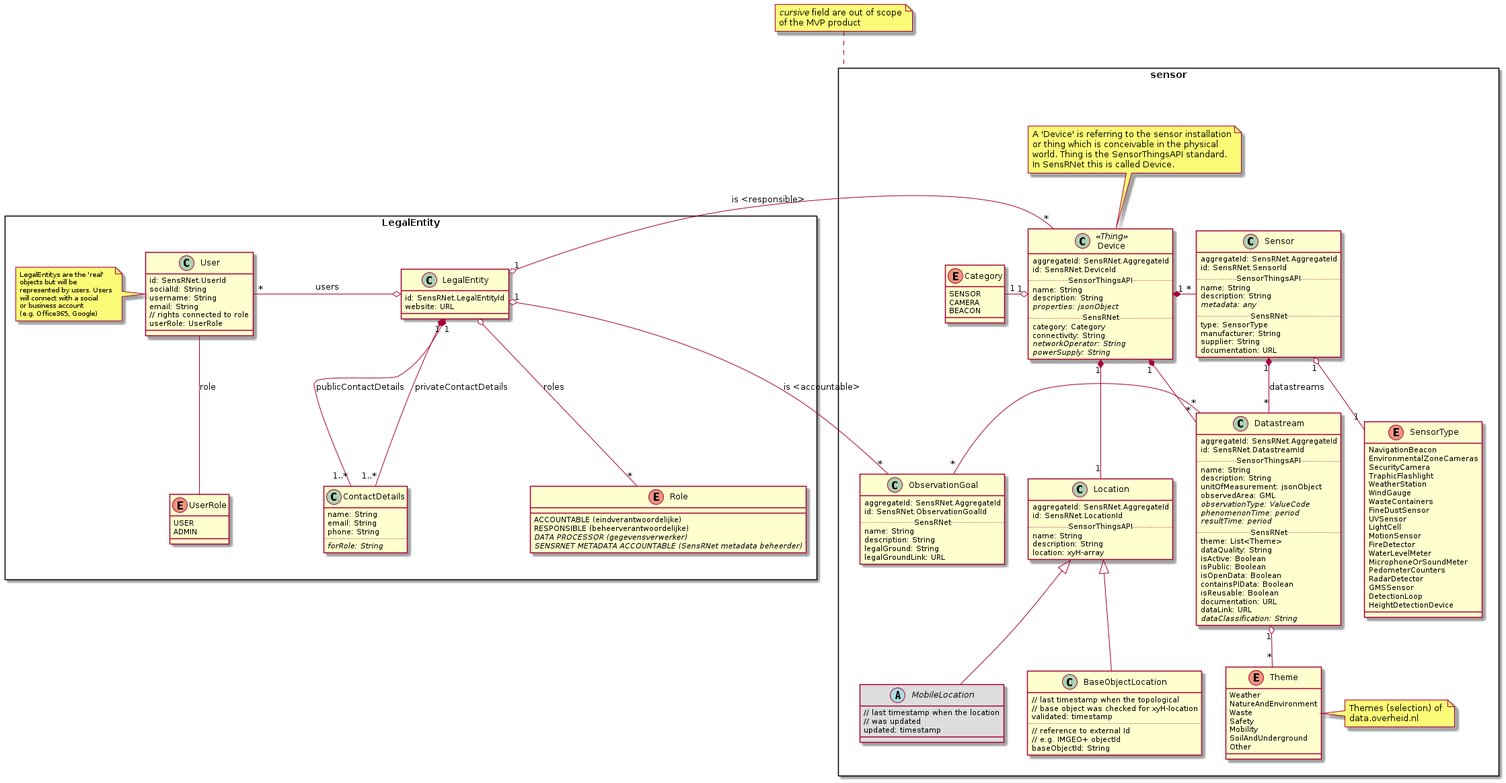
The PlantUML diagram docs/img/SensRNet-Datamodel-SensorView.png in kadaster-labs/sensrnet-home, before a commit. Source of this version:
```plantuml
@startuml "SensRNet-Datamodel-SensorView"

package LegalEntity <<Rectangle>> {
    together {
        class ContactDetails {
            name: String
            email: String
            phone: String
            ..
            {abstract} forRole: String
        }

        class LegalEntity {
            id: SensRNet.LegalEntityId
            website: URL
        }

        LegalEntity "1" *-- "1..*" ContactDetails : privateContactDetails
        LegalEntity "1" *-- "1..*" ContactDetails : publicContactDetails
    }

    enum Role {
        ACCOUNTABLE (eindverantwoordelijke)
        RESPONSIBLE (beheerverantwoordelijke)
        {abstract} DATA PROCESSOR (gegevensverwerker)
        {abstract} SENSRNET METADATA ACCOUNTABLE (SensRNet metadata beheerder)
    }

    class User {
        id: SensRNet.UserId
        socialId: String
        username: String
        email: String
        // rights connected to role
        userRole: UserRole
    }

    note left
        <size:10>LegalEntitys are the 'real'</size>
        <size:10>objects but will be</size>
        <size:10>represented by users. Users</size>
        <size:10>will connect with a social</size>
        <size:10>or business account</size>
        <size:10>(e.g. Office365, Google)</size>
    end note

    enum UserRole {
        USER
        ADMIN
    }

    LegalEntity o- "*" User : users
    LegalEntity o-- "*" Role : roles
    User -- UserRole : role
}

package sensor <<Rectangle>> {



    together {

        class Device <<Thing>> {
            aggregateId: SensRNet.AggregateId
            id: SensRNet.DeviceId
            .. SensorThingsAPI ..
            name: String
            description: String
            {abstract} properties: jsonObject
            .. SensRNet ..
            category: Category
            connectivity: String
            {abstract} networkOperator: String
            {abstract} powerSupply: String
        }

        note top of Device
          A 'Device' is referring to the sensor installation
          or thing which is conceivable in the physical
          world. Thing is the SensorThingsAPI standard.
          In SensRNet this is called Device.
        end note

        class Sensor {
            aggregateId: SensRNet.AggregateId
            id: SensRNet.SensorId
            .. SensorThingsAPI ..
            name: String
            description: String
            {abstract} metadata: any
            .. SensRNet ..
            type: SensorType
            manufacturer: String
            supplier: String
            documentation: URL
        }

    }

    class Datastream {
        aggregateId: SensRNet.AggregateId
        id: SensRNet.DatastreamId
        .. SensorThingsAPI ..
        name: String
        description: String
        unitOfMeasurement: jsonObject
        observedArea: GML
        {abstract} observationType: ValueCode
        {abstract} phenomenonTime: period
        {abstract} resultTime: period
        .. SensRNet ..
        theme: List<Theme>
        dataQuality: String
        isActive: Boolean
        isPublic: Boolean
        isOpenData: Boolean
        containsPIData: Boolean
        isReusable: Boolean
        documentation: URL
        dataLink: URL
        {abstract} dataClassification: String
    }

    class ObservationGoal {
        aggregateId: SensRNet.AggregateId
        id: SensRNet.ObservationGoalId
        .. SensRNet ..
        name: String
        description: String
        legalGround: String
        legalGroundLink: URL
    }

    class Location {
        aggregateId: SensRNet.AggregateId
        id: SensRNet.LocationId
        .. SensorThingsAPI ..
        name: String
        description: String
        location: xyH-array
    }

    class BaseObjectLocation extends Location {
        // last timestamp when the topological
        // base object was checked for xyH-location
        validated: timestamp
        ..
        // reference to external Id
        // e.g. IMGEO+ objectId
        baseObjectId: String
    }

    abstract class MobileLocation #DDD extends Location {
        // last timestamp when the location
        // was updated
        updated: timestamp
    }

    enum Category {
        SENSOR
        CAMERA
        BEACON
    }

    enum Theme {
        Weather
        NatureAndEnvironment
        Waste
        Safety
        Mobility
        SoilAndUnderground
        Other
    }

    note right of Theme
        Themes (selection) of
        data.overheid.nl
    end note

    enum SensorType {
        NavigationBeacon
        EnvironmentalZoneCameras
        SecurityCamera
        TraphicFlashlight
        WeatherStation
        WindGauge
        WasteContainers
        FineDustSensor
        UVSensor
        LightCell
        MotionSensor
        FireDetector
        WaterLevelMeter
        MicrophoneOrSoundMeter
        PedometerCounters
        RadarDetector
        GMSSensor
        DetectionLoop
        HeightDetectionDevice
    }

    Device "1" *- "*" Sensor

    Device "1" o- "1" Category
    Device "1" *-- "1" Location
    Device "1" *-- "*" Datastream

    Sensor "1" *-- "*" Datastream : datastreams
    Sensor "1" o-- "1" SensorType

    Datastream "*" - "*" ObservationGoal
    Datastream "1" o-- "*" Theme
}

LegalEntity "1" o- "*" Device : is <responsible>
LegalEntity "1" o- "*" ObservationGoal : is <accountable>

note top of sensor
    <i>cursive</i> field are out of scope
    of the MVP product
end note

@enduml
```
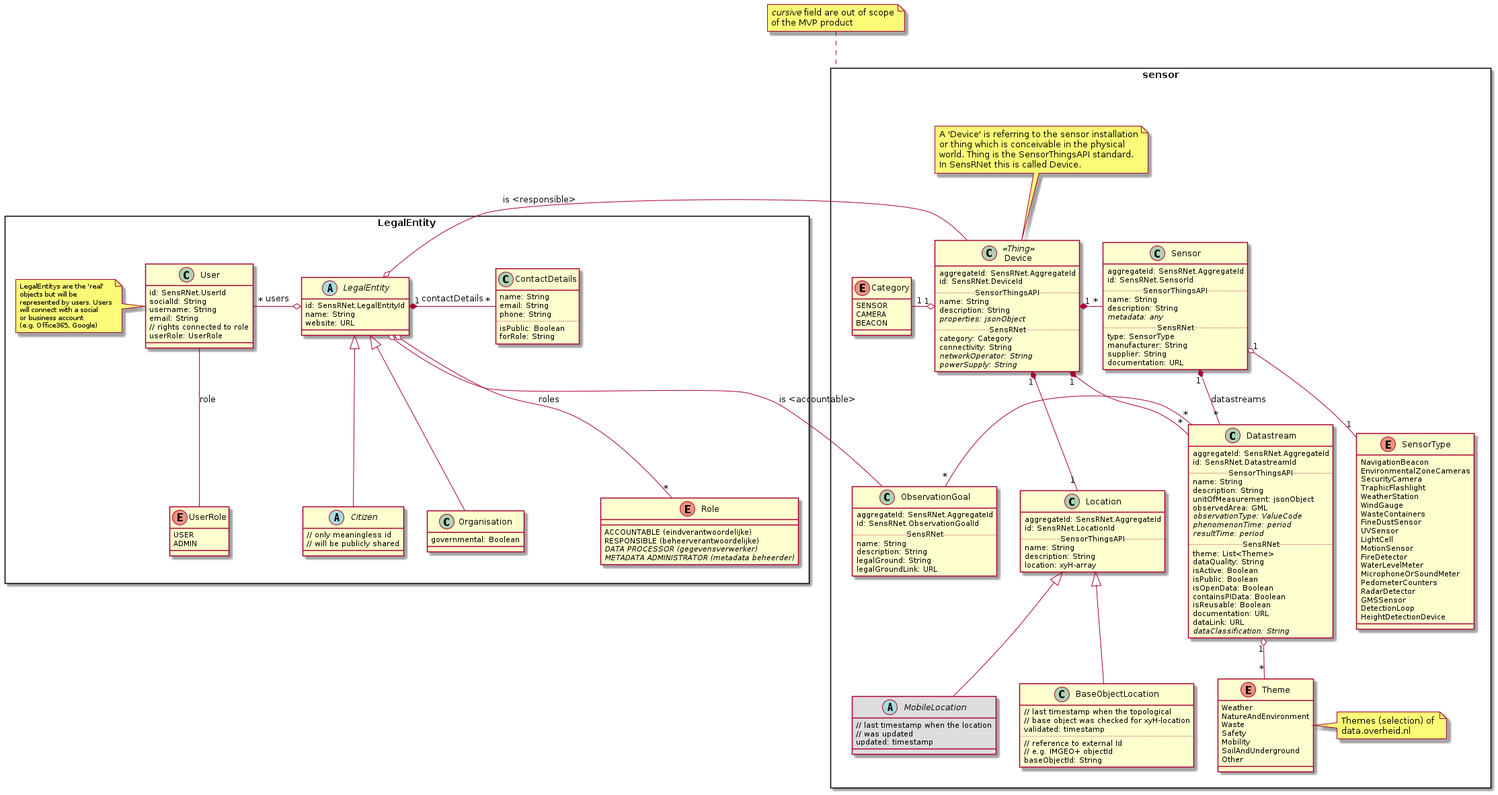
Later version of the same file.

Commit message:
legal entity with organisation and citizen impl

Diff of the diagram source:
```diff
@@ -2,28 +2,38 @@
 
 package LegalEntity <<Rectangle>> {
     together {
-        class ContactDetails {
+        abstract class LegalEntity {
+            id: SensRNet.LegalEntityId
             name: String
-            email: String
-            phone: String
-            ..
-            {abstract} forRole: String
-        }
-
-        class LegalEntity {
-            id: SensRNet.LegalEntityId
             website: URL
         }
 
-        LegalEntity "1" *-- "1..*" ContactDetails : privateContactDetails
-        LegalEntity "1" *-- "1..*" ContactDetails : publicContactDetails
+        class Organisation extends LegalEntity {
+            governmental: Boolean
+        }
+
+        abstract class Citizen extends LegalEntity {
+            // only meaningless id
+            // will be publicly shared
+        }
+
+        LegalEntity "1" *- "*" ContactDetails : contactDetails
+    }
+
+    class ContactDetails {
+        name: String
+        email: String
+        phone: String
+        ..
+        isPublic: Boolean
+        forRole: String
     }
 
     enum Role {
         ACCOUNTABLE (eindverantwoordelijke)
         RESPONSIBLE (beheerverantwoordelijke)
         {abstract} DATA PROCESSOR (gegevensverwerker)
-        {abstract} SENSRNET METADATA ACCOUNTABLE (SensRNet metadata beheerder)
+        {abstract} METADATA ADMINISTRATOR (metadata beheerder)
     }
 
     class User {
@@ -212,8 +222,8 @@
     Datastream "1" o-- "*" Theme
 }
 
-LegalEntity "1" o- "*" Device : is <responsible>
-LegalEntity "1" o- "*" ObservationGoal : is <accountable>
+LegalEntity o- Device : is <responsible>
+LegalEntity o- ObservationGoal : is <accountable>
 
 note top of sensor
     <i>cursive</i> field are out of scope
```
